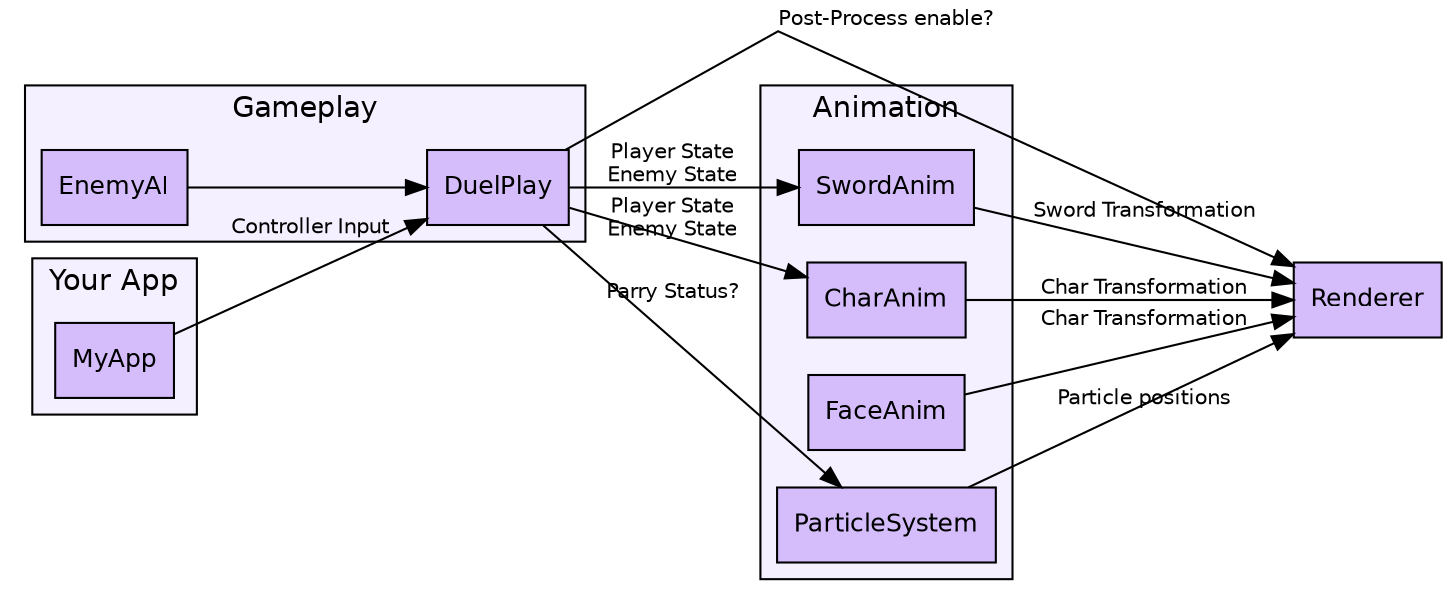
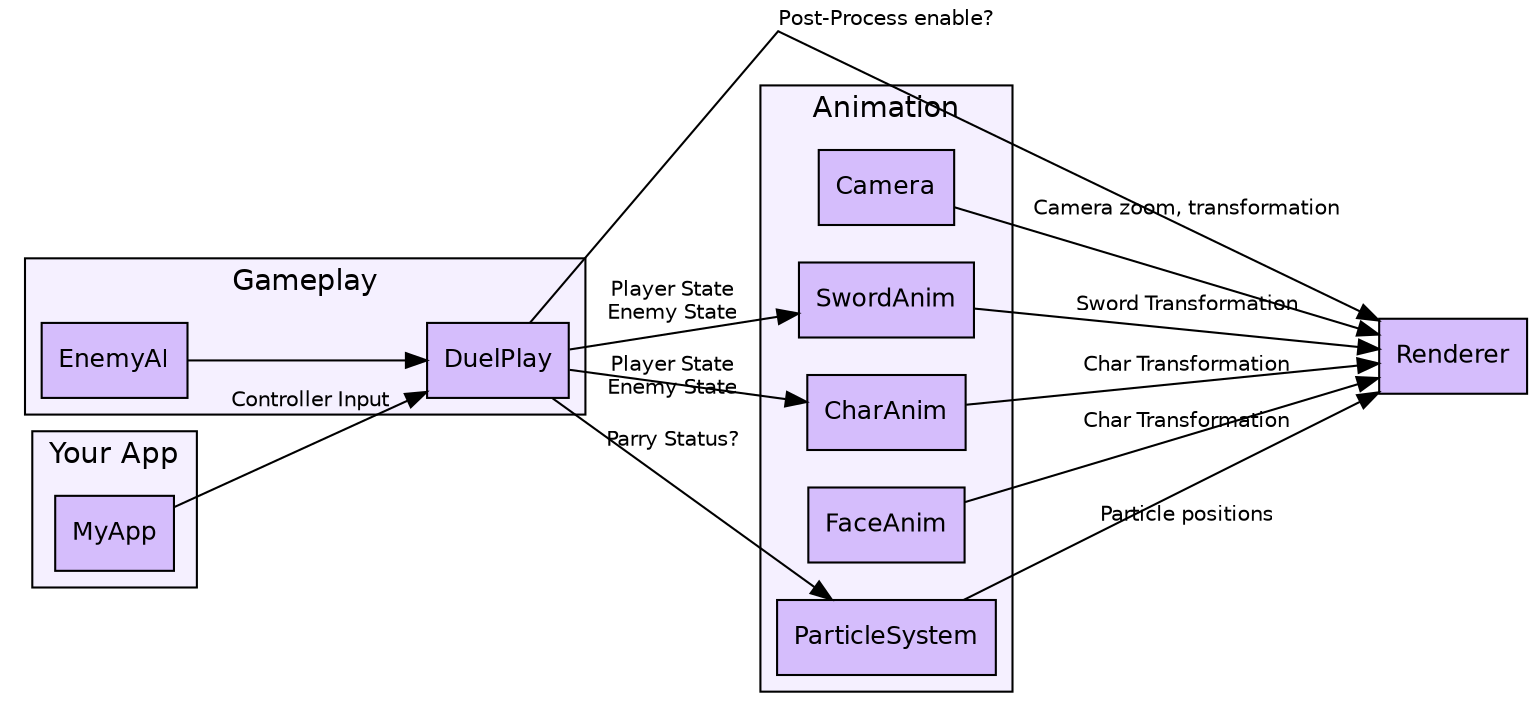
digraph call_graph {
    compound=true
    newrank=true
    graph [rankdir=LR, splines=line, fontname="Helvetica"]
    node  [fontname="Helvetica", fontsize=12, style=filled]
    edge  [fontname="Helvetica", fontsize=10]

    Renderer   [label="Renderer", shape=box, fillcolor="#d5bdfc"]
    subgraph cluster_App {
        label="Your App"
        style=filled
        fillcolor="#f5f0ff"
        MyApp    [label="MyApp", shape=box, fillcolor="#d5bdfc"]
    }
    subgraph cluster_Gameplay {
        label="Gameplay"
        style=filled
        fillcolor="#f5f0ff"
        DuelPlay    [label="DuelPlay", shape=box, fillcolor="#d5bdfc"]
        EnemyAI    [label="EnemyAI", shape=box, fillcolor="#d5bdfc"]
        EnemyAI -> DuelPlay
    }
    subgraph cluster_Animation {
        label="Animation"
        style=filled
        fillcolor="#f5f0ff"
+         Camera    [label="Camera", shape=box, fillcolor="#d5bdfc"]
        SwordAnim    [label="SwordAnim", shape=box, fillcolor="#d5bdfc"]
        CharAnim    [label="CharAnim", shape=box, fillcolor="#d5bdfc"]
        FaceAnim    [label="FaceAnim", shape=box, fillcolor="#d5bdfc"]
        ParticleSystem    [label="ParticleSystem", shape=box, fillcolor="#d5bdfc"]
    }

    MyApp -> DuelPlay [label="Controller Input"];
    DuelPlay -> SwordAnim [label="Player State\nEnemy State"];
    DuelPlay -> CharAnim [label="Player State\nEnemy State"];
    DuelPlay -> ParticleSystem [label="Parry Status?"];
    SwordAnim -> Renderer [label="Sword Transformation"];
    CharAnim -> Renderer [label="Char Transformation"];
    FaceAnim -> Renderer [label="Char Transformation"];
    ParticleSystem -> Renderer [label="Particle positions"];
    DuelPlay -> Renderer [label="Post-Process enable?"];
+     Camera -> Renderer [label="Camera zoom, transformation"];
}